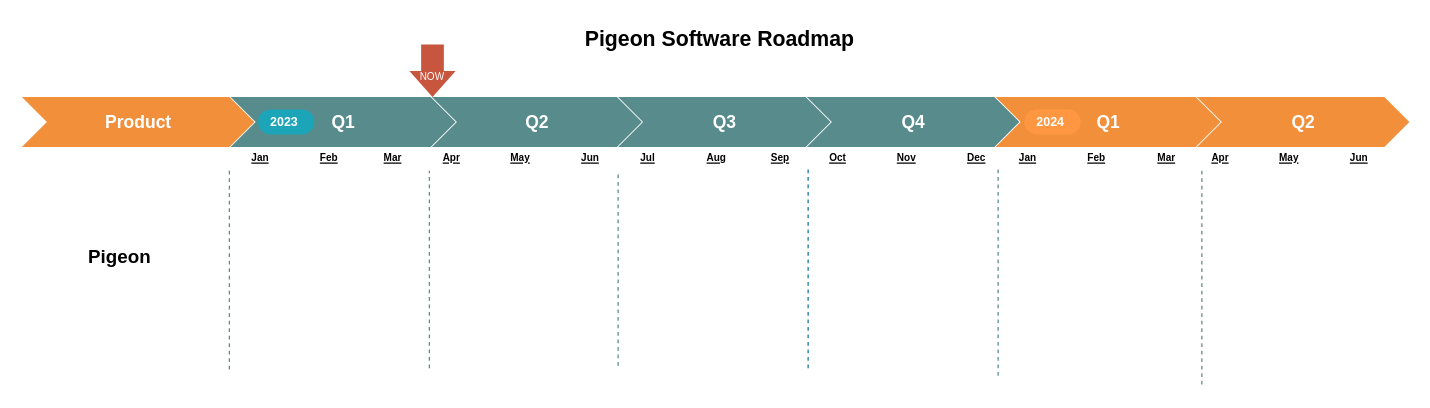
Before: page "Pigeon" (5 of 5) of Project RoadMap.drawio in EdwardsKorea/CommonDrawIO, a draw.io diagram. Source tidied: cells renumbered, new cells numbered last; positions are measured from the earlier drawing's top-left corner, leaving out a move shared by most shapes. Both pictures are drawn from the tidied source at 125%, with x=0, y=0 at pixel (21, 21).
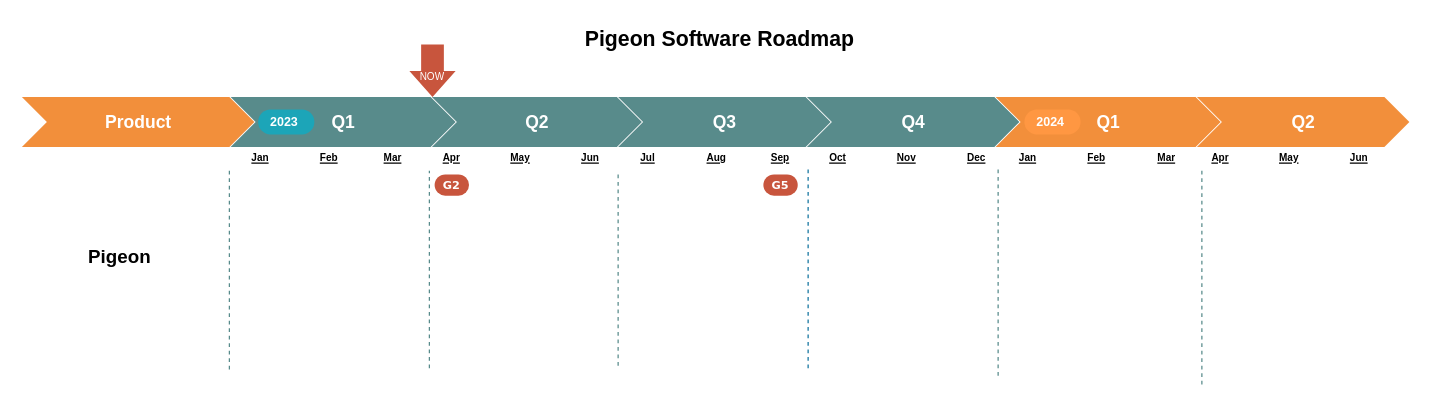
After the change.

Change to the diagram source:
```diff
@@
+    <mxCell id="38" value="G2" style="rounded=1;whiteSpace=wrap;html=1;arcSize=50;strokeColor=none;strokeWidth=1;fillColor=#c8553d;fontColor=#FFFFFF;whiteSpace=wrap;align=center;verticalAlign=middle;spacingLeft=0;fontStyle=1;fontSize=9;spacing=10;fontFamily=Verdana;" parent="1" vertex="1">
+      <mxGeometry x="330.2" y="122" width="27.5" height="17" as="geometry" />
+    </mxCell>
+    <mxCell id="39" value="G5" style="rounded=1;whiteSpace=wrap;html=1;arcSize=50;strokeColor=none;strokeWidth=1;fillColor=#c8553d;fontColor=#FFFFFF;whiteSpace=wrap;align=center;verticalAlign=middle;spacingLeft=0;fontStyle=1;fontSize=9;spacing=10;fontFamily=Verdana;" parent="1" vertex="1">
+      <mxGeometry x="593.2" y="122" width="27.5" height="17" as="geometry" />
+    </mxCell>
```
